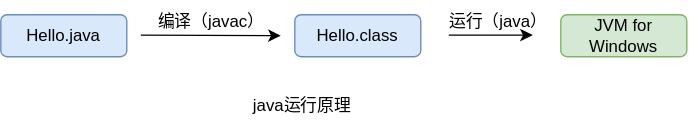
The draw.io diagram java学习·.svg in shenbeipiao/record, before a commit. Source tidied: cells renumbered, new cells last; positions are measured from the earlier drawing's top-left corner, leaving out a move shared by most shapes. The source it was exported from:
```xml
<mxGraphModel>
  <root>
    <mxCell id="0" />
    <mxCell id="1" parent="0" />
    <mxCell id="2" value="java运行原理" style="text;html=1;align=center;verticalAlign=middle;strokeColor=none;fillColor=none;" parent="1" vertex="1">
      <mxGeometry x="170" y="60" width="90" height="30" as="geometry" />
    </mxCell>
    <mxCell id="3" value="Hello.java" style="rounded=1;whiteSpace=wrap;html=1;fillColor=#dae8fc;strokeColor=#6c8ebf;" parent="1" vertex="1">
      <mxGeometry y="10" width="90" height="30" as="geometry" />
    </mxCell>
    <mxCell id="4" style="endArrow=classic;html=1;rounded=0;" parent="1" edge="1">
      <mxGeometry relative="1" as="geometry">
        <mxPoint x="100" y="24.6" as="sourcePoint" />
        <mxPoint x="200" y="25" as="targetPoint" />
      </mxGeometry>
    </mxCell>
    <mxCell id="5" value="编译（javac）" style="text;html=1;align=center;verticalAlign=middle;strokeColor=none;fillColor=none;" parent="1" vertex="1">
      <mxGeometry x="100" width="100" height="30" as="geometry" />
    </mxCell>
    <mxCell id="6" value="Hello.class" style="rounded=1;whiteSpace=wrap;html=1;fillColor=#dae8fc;strokeColor=#6c8ebf;" parent="1" vertex="1">
      <mxGeometry x="210" y="10" width="90" height="30" as="geometry" />
    </mxCell>
    <mxCell id="7" style="endArrow=classic;html=1;rounded=0;" parent="1" edge="1">
      <mxGeometry relative="1" as="geometry">
        <mxPoint x="320" y="24.6" as="sourcePoint" />
        <mxPoint x="380" y="24.6" as="targetPoint" />
      </mxGeometry>
    </mxCell>
    <mxCell id="8" value="运行（java）" style="text;html=1;align=center;verticalAlign=middle;strokeColor=none;fillColor=none;" parent="1" vertex="1">
      <mxGeometry x="310" width="90" height="30" as="geometry" />
    </mxCell>
    <mxCell id="9" value="JVM for Windows" style="rounded=1;whiteSpace=wrap;html=1;fillColor=#d5e8d4;strokeColor=#82b366;" parent="1" vertex="1">
      <mxGeometry x="400" y="10" width="90" height="30" as="geometry" />
    </mxCell>
  </root>
</mxGraphModel>
```
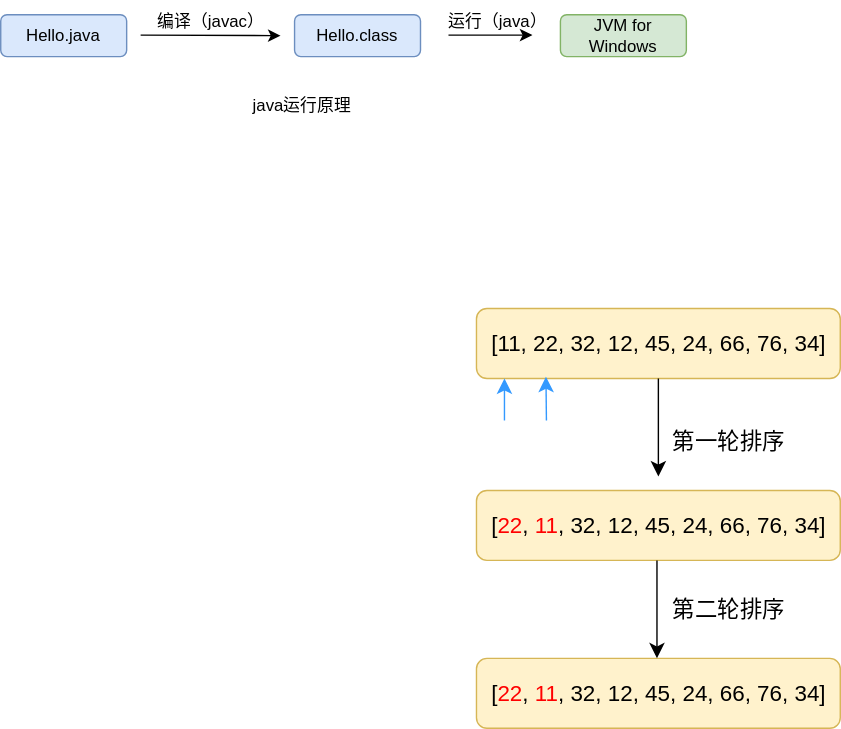
After the change.

The edit, as a diff of the source:
```diff
@@ -32,5 +32,51 @@
     <mxCell id="9" value="JVM for Windows" style="rounded=1;whiteSpace=wrap;html=1;fillColor=#d5e8d4;strokeColor=#82b366;" parent="1" vertex="1">
       <mxGeometry x="400" y="10" width="90" height="30" as="geometry" />
     </mxCell>
+    <mxCell id="10" style="rounded=1;whiteSpace=wrap;html=1;fontSize=16;fillColor=#fff2cc;strokeColor=#d6b656;" parent="1" vertex="1">
+      <mxGeometry x="340" y="220" width="260" height="50" as="geometry" />
+    </mxCell>
+    <mxCell id="11" value="&lt;br style=&quot;border-color: var(--border-color);&quot;&gt;[11, 22, 32, 12, 45, 24, 66, 76, 34]" style="text;html=1;align=center;verticalAlign=middle;strokeColor=none;fillColor=none;fontSize=16;" parent="1" vertex="1">
+      <mxGeometry x="340" y="210" width="260" height="50" as="geometry" />
+    </mxCell>
+    <mxCell id="12" style="endArrow=classic;html=1;rounded=0;fontSize=12;startSize=8;endSize=8;curved=1;" parent="1" edge="1" target="15">
+      <mxGeometry relative="1" as="geometry">
+        <mxPoint x="470" y="270" as="sourcePoint" />
+      </mxGeometry>
+    </mxCell>
+    <mxCell id="13" value="第一轮排序" style="text;html=1;align=center;verticalAlign=middle;strokeColor=none;fillColor=none;fontSize=16;" parent="1" vertex="1">
+      <mxGeometry x="470" y="300" width="100" height="30" as="geometry" />
+    </mxCell>
+    <mxCell id="14" style="rounded=1;whiteSpace=wrap;html=1;fontSize=16;fillColor=#fff2cc;strokeColor=#d6b656;" parent="1" vertex="1">
+      <mxGeometry x="340" y="350" width="260" height="50" as="geometry" />
+    </mxCell>
+    <mxCell id="15" value="&lt;br style=&quot;border-color: var(--border-color);&quot;&gt;[&lt;font color=&quot;#ff0000&quot;&gt;22&lt;/font&gt;, &lt;font color=&quot;#ff0000&quot;&gt;11&lt;/font&gt;, 32, 12, 45, 24, 66, 76, 34]" style="text;html=1;align=center;verticalAlign=middle;points=[];strokeColor=none;fillColor=none;fontSize=16;" parent="1" vertex="1">
+      <mxGeometry x="340" y="340" width="260" height="50" as="geometry" />
+    </mxCell>
+    <mxCell id="16" style="endArrow=classic;html=1;rounded=0;fontSize=12;startSize=8;endSize=8;curved=1;strokeColor=#3399FF;" parent="1" edge="1">
+      <mxGeometry relative="1" as="geometry">
+        <mxPoint x="360" y="300" as="sourcePoint" />
+        <mxPoint x="360" y="270" as="targetPoint" />
+      </mxGeometry>
+    </mxCell>
+    <mxCell id="17" style="endArrow=classic;html=1;rounded=0;fontSize=12;startSize=8;endSize=8;curved=1;strokeColor=#3399FF;entryX=0.191;entryY=0.976;entryDx=0;entryDy=0;entryPerimeter=0;" parent="1" edge="1" target="10">
+      <mxGeometry relative="1" as="geometry">
+        <mxPoint x="390" y="300" as="sourcePoint" />
+      </mxGeometry>
+    </mxCell>
+    <mxCell id="18" style="rounded=1;whiteSpace=wrap;html=1;fontSize=16;fillColor=#fff2cc;strokeColor=#d6b656;" parent="1" vertex="1">
+      <mxGeometry x="340" y="470" width="260" height="50" as="geometry" />
+    </mxCell>
+    <mxCell id="19" value="&lt;br style=&quot;border-color: var(--border-color);&quot;&gt;[&lt;font color=&quot;#ff0000&quot;&gt;22&lt;/font&gt;, &lt;font color=&quot;#ff0000&quot;&gt;11&lt;/font&gt;, 32, 12, 45, 24, 66, 76, 34]" style="text;html=1;align=center;verticalAlign=middle;strokeColor=none;fillColor=none;fontSize=16;" parent="1" vertex="1">
+      <mxGeometry x="340" y="460" width="260" height="50" as="geometry" />
+    </mxCell>
+    <mxCell id="20" style="endArrow=classic;html=1;rounded=0;fontSize=12;startSize=8;endSize=8;curved=1;" parent="1" edge="1">
+      <mxGeometry relative="1" as="geometry">
+        <mxPoint x="469" y="400" as="sourcePoint" />
+        <mxPoint x="469" y="470" as="targetPoint" />
+      </mxGeometry>
+    </mxCell>
+    <mxCell id="21" value="第二轮排序" style="text;html=1;align=center;verticalAlign=middle;strokeColor=none;fillColor=none;fontSize=16;" parent="1" vertex="1">
+      <mxGeometry x="470" y="420" width="100" height="30" as="geometry" />
+    </mxCell>
   </root>
 </mxGraphModel>
```
